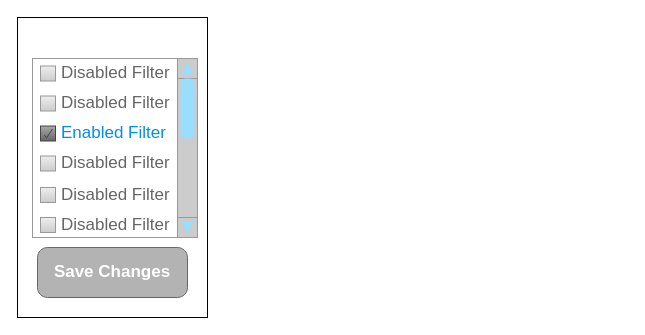
Before: Untitled Diagram.drawio in travis-meredith/draw-io, a draw.io diagram. Source tidied: cells renumbered, new cells numbered last; positions are measured from the earlier drawing's top-left corner, leaving out a move shared by most shapes. Both pictures are drawn from the tidied source at 100%, with x=0, y=0 at pixel (17, 17).
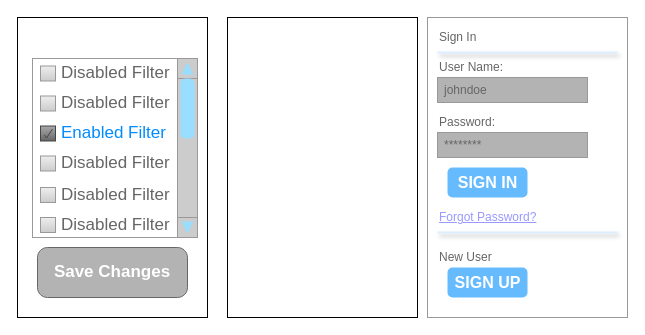
The same page after the edit.

Commit message:
login-page

What changed in the source:
```diff
@@
+    <mxCell id="12" style="rounded=0;whiteSpace=wrap;html=1;" parent="1" vertex="1">
+      <mxGeometry x="210" width="190" height="300" as="geometry" />
+    </mxCell>
+    <mxCell id="13" style="strokeWidth=1;shadow=0;dashed=0;align=center;html=1;shape=mxgraph.mockup.forms.rrect;rSize=0;strokeColor=#999999;fillColor=#ffffff;" parent="1" vertex="1">
+      <mxGeometry x="410" width="200" height="300" as="geometry" />
+    </mxCell>
+    <mxCell id="14" value="Sign In" style="strokeWidth=1;shadow=0;dashed=0;align=center;html=1;shape=mxgraph.mockup.forms.anchor;fontSize=12;fontColor=#666666;align=left;spacingLeft=0;fillColor=#B3B3B3;" parent="13" vertex="1">
+      <mxGeometry width="100" height="20" relative="1" as="geometry">
+        <mxPoint x="10" y="10" as="offset" />
+      </mxGeometry>
+    </mxCell>
+    <mxCell id="15" style="shape=line;strokeColor=#ddeeff;strokeWidth=2;html=1;shadow=1;fillColor=#B3B3B3;" parent="13" vertex="1">
+      <mxGeometry width="180" height="10" relative="1" as="geometry">
+        <mxPoint x="10" y="30" as="offset" />
+      </mxGeometry>
+    </mxCell>
+    <mxCell id="16" value="User Name:" style="strokeWidth=1;shadow=0;dashed=0;align=center;html=1;shape=mxgraph.mockup.forms.anchor;fontSize=12;fontColor=#666666;align=left;spacingLeft=0;fillColor=#B3B3B3;" parent="13" vertex="1">
+      <mxGeometry width="100" height="20" relative="1" as="geometry">
+        <mxPoint x="10" y="40" as="offset" />
+      </mxGeometry>
+    </mxCell>
+    <mxCell id="17" value="johndoe" style="strokeWidth=1;shadow=0;dashed=0;align=center;html=1;shape=mxgraph.mockup.forms.rrect;rSize=0;strokeColor=#999999;fontColor=#666666;align=left;spacingLeft=5;fillColor=#B3B3B3;" parent="13" vertex="1">
+      <mxGeometry width="150" height="25" relative="1" as="geometry">
+        <mxPoint x="10" y="60" as="offset" />
+      </mxGeometry>
+    </mxCell>
+    <mxCell id="18" value="Password:" style="strokeWidth=1;shadow=0;dashed=0;align=center;html=1;shape=mxgraph.mockup.forms.anchor;fontSize=12;fontColor=#666666;align=left;spacingLeft=0;fillColor=#B3B3B3;" parent="13" vertex="1">
+      <mxGeometry width="100" height="20" relative="1" as="geometry">
+        <mxPoint x="10" y="95" as="offset" />
+      </mxGeometry>
+    </mxCell>
+    <mxCell id="19" value="********" style="strokeWidth=1;shadow=0;dashed=0;align=center;html=1;shape=mxgraph.mockup.forms.rrect;rSize=0;strokeColor=#999999;fontColor=#666666;align=left;spacingLeft=5;fillColor=#B3B3B3;" parent="13" vertex="1">
+      <mxGeometry width="150" height="25" relative="1" as="geometry">
+        <mxPoint x="10" y="115" as="offset" />
+      </mxGeometry>
+    </mxCell>
+    <mxCell id="20" value="SIGN IN" style="strokeWidth=1;shadow=0;dashed=0;align=center;html=1;shape=mxgraph.mockup.forms.rrect;rSize=5;strokeColor=none;fontColor=#ffffff;fillColor=#66bbff;fontSize=16;fontStyle=1;" parent="13" vertex="1">
+      <mxGeometry y="1" width="80" height="30" relative="1" as="geometry">
+        <mxPoint x="20" y="-150" as="offset" />
+      </mxGeometry>
+    </mxCell>
+    <mxCell id="21" value="Forgot Password?" style="strokeWidth=1;shadow=0;dashed=0;align=center;html=1;shape=mxgraph.mockup.forms.anchor;fontSize=12;fontColor=#9999ff;align=left;spacingLeft=0;fontStyle=4;fillColor=#B3B3B3;" parent="13" vertex="1">
+      <mxGeometry y="1" width="150" height="20" relative="1" as="geometry">
+        <mxPoint x="10" y="-110" as="offset" />
+      </mxGeometry>
+    </mxCell>
+    <mxCell id="22" style="shape=line;strokeColor=#ddeeff;strokeWidth=2;html=1;shadow=1;fillColor=#B3B3B3;" parent="13" vertex="1">
+      <mxGeometry y="1" width="180" height="10" relative="1" as="geometry">
+        <mxPoint x="10" y="-90" as="offset" />
+      </mxGeometry>
+    </mxCell>
+    <mxCell id="23" value="New User" style="strokeWidth=1;shadow=0;dashed=0;align=center;html=1;shape=mxgraph.mockup.forms.anchor;fontSize=12;fontColor=#666666;align=left;spacingLeft=0;fillColor=#B3B3B3;" parent="13" vertex="1">
+      <mxGeometry y="1" width="150" height="20" relative="1" as="geometry">
+        <mxPoint x="10" y="-70" as="offset" />
+      </mxGeometry>
+    </mxCell>
+    <mxCell id="24" value="SIGN UP" style="strokeWidth=1;shadow=0;dashed=0;align=center;html=1;shape=mxgraph.mockup.forms.rrect;rSize=5;strokeColor=none;fontColor=#ffffff;fillColor=#66bbff;fontSize=16;fontStyle=1;" parent="13" vertex="1">
+      <mxGeometry y="1" width="80" height="30" relative="1" as="geometry">
+        <mxPoint x="20" y="-50" as="offset" />
+      </mxGeometry>
+    </mxCell>
```
